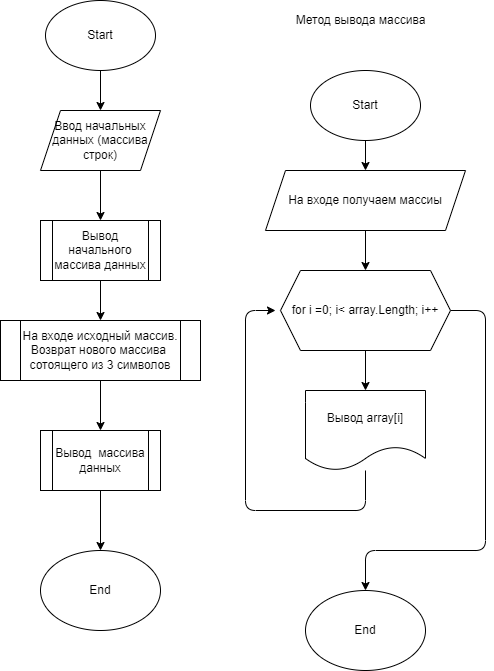
This is Test001.drawio.png from DmitryZ2000/Task1, a draw.io export, as it was before one commit. Source tidied: cells renumbered, new cells last; positions are measured from the earlier drawing's top-left corner, leaving out a move shared by most shapes.
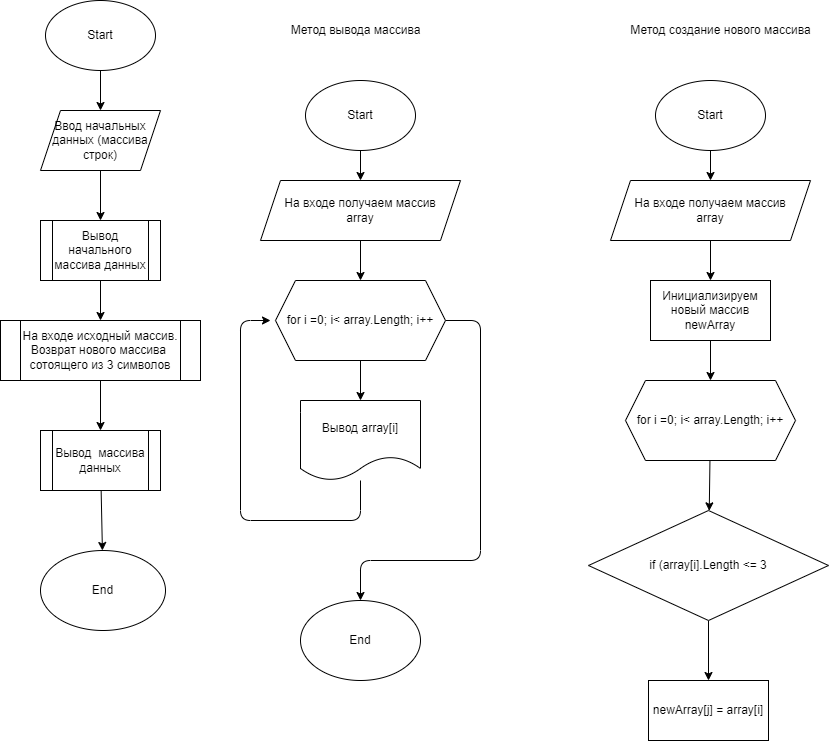
The same file after the commit.

Commit message:
Добавил начало метода формирования нового массва

Diff of the diagram source:
```diff
@@ -6,15 +6,15 @@
       <mxGeometry relative="1" as="geometry" />
     </mxCell>
     <mxCell id="3" value="Start" style="ellipse;whiteSpace=wrap;html=1;" parent="1" vertex="1">
-      <mxGeometry x="45" width="110" height="70" as="geometry" />
+      <mxGeometry x="-150" y="-10" width="110" height="70" as="geometry" />
     </mxCell>
     <mxCell id="4" style="edgeStyle=none;html=1;" parent="1" edge="1" source="5">
       <mxGeometry relative="1" as="geometry">
-        <mxPoint x="100" y="220" as="targetPoint" />
+        <mxPoint x="-95" y="210" as="targetPoint" />
       </mxGeometry>
     </mxCell>
     <mxCell id="5" value="Ввод начальных данных (массива строк)" style="shape=parallelogram;perimeter=parallelogramPerimeter;whiteSpace=wrap;html=1;fixedSize=1;" parent="1" vertex="1">
-      <mxGeometry x="40" y="110" width="120" height="60" as="geometry" />
+      <mxGeometry x="-155" y="100" width="120" height="60" as="geometry" />
     </mxCell>
     <mxCell id="6" style="edgeStyle=none;html=1;" parent="1" edge="1" source="8" target="22">
       <mxGeometry relative="1" as="geometry" />
@@ -22,66 +22,102 @@
     <mxCell id="7" style="edgeStyle=none;html=1;entryX=0.5;entryY=0;entryDx=0;entryDy=0;" parent="1" edge="1" source="8" target="23">
       <mxGeometry relative="1" as="geometry">
         <Array as="points">
-          <mxPoint x="485" y="310" />
-          <mxPoint x="485" y="550" />
-          <mxPoint x="365" y="550" />
+          <mxPoint x="285" y="310" />
+          <mxPoint x="285" y="550" />
+          <mxPoint x="165" y="550" />
         </Array>
       </mxGeometry>
     </mxCell>
     <mxCell id="8" value="for i =0; i&amp;lt; array.Length; i++" style="shape=hexagon;perimeter=hexagonPerimeter2;whiteSpace=wrap;html=1;fixedSize=1;" parent="1" vertex="1">
-      <mxGeometry x="280" y="270" width="170" height="80" as="geometry" />
+      <mxGeometry x="80" y="270" width="170" height="80" as="geometry" />
     </mxCell>
     <mxCell id="9" style="edgeStyle=none;html=1;" parent="1" edge="1" source="10" target="12">
       <mxGeometry relative="1" as="geometry" />
     </mxCell>
     <mxCell id="10" value="Вывод начального массива данных" style="shape=process;whiteSpace=wrap;html=1;backgroundOutline=1;" parent="1" vertex="1">
-      <mxGeometry x="40" y="220" width="120" height="60" as="geometry" />
+      <mxGeometry x="-155" y="210" width="120" height="60" as="geometry" />
     </mxCell>
     <mxCell id="11" style="edgeStyle=none;html=1;" parent="1" edge="1" source="12" target="14">
       <mxGeometry relative="1" as="geometry" />
     </mxCell>
     <mxCell id="12" value="На входе исходный массив. Возврат нового массива&amp;nbsp; сотоящего из 3 символов" style="shape=process;whiteSpace=wrap;html=1;backgroundOutline=1;" parent="1" vertex="1">
-      <mxGeometry y="320" width="200" height="60" as="geometry" />
+      <mxGeometry x="-195" y="310" width="200" height="60" as="geometry" />
     </mxCell>
     <mxCell id="13" style="edgeStyle=none;html=1;" parent="1" edge="1" source="14" target="15">
       <mxGeometry relative="1" as="geometry" />
     </mxCell>
     <mxCell id="14" value="Вывод&amp;nbsp; массива данных" style="shape=process;whiteSpace=wrap;html=1;backgroundOutline=1;" parent="1" vertex="1">
-      <mxGeometry x="40" y="430" width="120" height="60" as="geometry" />
+      <mxGeometry x="-155" y="420" width="120" height="60" as="geometry" />
     </mxCell>
     <mxCell id="15" value="End" style="ellipse;whiteSpace=wrap;html=1;" parent="1" vertex="1">
-      <mxGeometry x="40" y="550" width="120" height="80" as="geometry" />
+      <mxGeometry x="-155" y="540" width="125" height="80" as="geometry" />
     </mxCell>
     <mxCell id="16" value="Метод вывода массива" style="text;html=1;align=center;verticalAlign=middle;strokeColor=none;fillColor=none;" parent="1" vertex="1">
-      <mxGeometry x="285" y="10" width="150" height="20" as="geometry" />
+      <mxGeometry x="85" y="10" width="150" height="20" as="geometry" />
     </mxCell>
     <mxCell id="17" style="edgeStyle=none;html=1;" parent="1" edge="1" source="18" target="20">
       <mxGeometry relative="1" as="geometry" />
     </mxCell>
     <mxCell id="18" value="Start" style="ellipse;whiteSpace=wrap;html=1;" parent="1" vertex="1">
-      <mxGeometry x="310" y="70" width="110" height="70" as="geometry" />
+      <mxGeometry x="110" y="70" width="110" height="70" as="geometry" />
     </mxCell>
     <mxCell id="19" style="edgeStyle=none;html=1;" parent="1" edge="1" source="20" target="8">
       <mxGeometry relative="1" as="geometry" />
     </mxCell>
-    <mxCell id="20" value="На входе получаем массиы" style="shape=parallelogram;perimeter=parallelogramPerimeter;whiteSpace=wrap;html=1;fixedSize=1;" parent="1" vertex="1">
-      <mxGeometry x="265" y="170" width="200" height="60" as="geometry" />
+    <mxCell id="20" value="На входе получаем массив&lt;br&gt;array" style="shape=parallelogram;perimeter=parallelogramPerimeter;whiteSpace=wrap;html=1;fixedSize=1;" parent="1" vertex="1">
+      <mxGeometry x="65" y="170" width="200" height="60" as="geometry" />
     </mxCell>
     <mxCell id="21" style="edgeStyle=none;html=1;" parent="1" edge="1" source="22">
       <mxGeometry relative="1" as="geometry">
-        <mxPoint x="275" y="310" as="targetPoint" />
+        <mxPoint x="75" y="310" as="targetPoint" />
         <Array as="points">
-          <mxPoint x="365" y="510" />
-          <mxPoint x="245" y="510" />
-          <mxPoint x="245" y="310" />
+          <mxPoint x="165" y="510" />
+          <mxPoint x="45" y="510" />
+          <mxPoint x="45" y="310" />
         </Array>
       </mxGeometry>
     </mxCell>
     <mxCell id="22" value="Вывод array[i]" style="shape=document;whiteSpace=wrap;html=1;boundedLbl=1;" parent="1" vertex="1">
-      <mxGeometry x="305" y="390" width="120" height="80" as="geometry" />
+      <mxGeometry x="105" y="390" width="120" height="80" as="geometry" />
     </mxCell>
     <mxCell id="23" value="End" style="ellipse;whiteSpace=wrap;html=1;" parent="1" vertex="1">
-      <mxGeometry x="305" y="590" width="120" height="80" as="geometry" />
+      <mxGeometry x="105" y="590" width="120" height="80" as="geometry" />
     </mxCell>
+    <mxCell id="24" value="Метод создание нового массива" style="text;html=1;align=center;verticalAlign=middle;strokeColor=none;fillColor=none;" parent="1" vertex="1">
+      <mxGeometry x="425" y="10" width="200" height="20" as="geometry" />
+    </mxCell>
+    <mxCell id="25" style="edgeStyle=none;html=1;" parent="1" edge="1" source="26" target="28">
+      <mxGeometry relative="1" as="geometry" />
+    </mxCell>
+    <mxCell id="26" value="Start" style="ellipse;whiteSpace=wrap;html=1;" parent="1" vertex="1">
+      <mxGeometry x="460" y="70" width="110" height="70" as="geometry" />
+    </mxCell>
+    <mxCell id="27" style="edgeStyle=none;html=1;" parent="1" edge="1" source="28" target="30">
+      <mxGeometry relative="1" as="geometry" />
+    </mxCell>
+    <mxCell id="28" value="На входе получаем массив&lt;br&gt;array" style="shape=parallelogram;perimeter=parallelogramPerimeter;whiteSpace=wrap;html=1;fixedSize=1;" parent="1" vertex="1">
+      <mxGeometry x="415" y="170" width="200" height="60" as="geometry" />
+    </mxCell>
+    <mxCell id="29" style="edgeStyle=none;html=1;" parent="1" edge="1" source="30" target="32">
+      <mxGeometry relative="1" as="geometry" />
+    </mxCell>
+    <mxCell id="30" value="Инициализируем новый массив newArray" style="whiteSpace=wrap;html=1;" parent="1" vertex="1">
+      <mxGeometry x="455" y="270" width="120" height="60" as="geometry" />
+    </mxCell>
+    <mxCell id="31" style="edgeStyle=none;html=1;" parent="1" edge="1" source="32" target="34">
+      <mxGeometry relative="1" as="geometry" />
+    </mxCell>
+    <mxCell id="32" value="for i =0; i&amp;lt; array.Length; i++" style="shape=hexagon;perimeter=hexagonPerimeter2;whiteSpace=wrap;html=1;fixedSize=1;" parent="1" vertex="1">
+      <mxGeometry x="430" y="370" width="170" height="80" as="geometry" />
+    </mxCell>
+    <mxCell id="33" style="edgeStyle=none;html=1;" parent="1" edge="1" source="34" target="35">
+      <mxGeometry relative="1" as="geometry" />
+    </mxCell>
+    <mxCell id="34" value="if (array[i].Length &amp;lt;= 3" style="rhombus;whiteSpace=wrap;html=1;" parent="1" vertex="1">
+      <mxGeometry x="393" y="500" width="240" height="110" as="geometry" />
+    </mxCell>
+    <mxCell id="35" value="newArray[j] = array[i]" style="whiteSpace=wrap;html=1;" parent="1" vertex="1">
+      <mxGeometry x="453" y="670" width="120" height="60" as="geometry" />
+    </mxCell>
   </root>
 </mxGraphModel>
```
